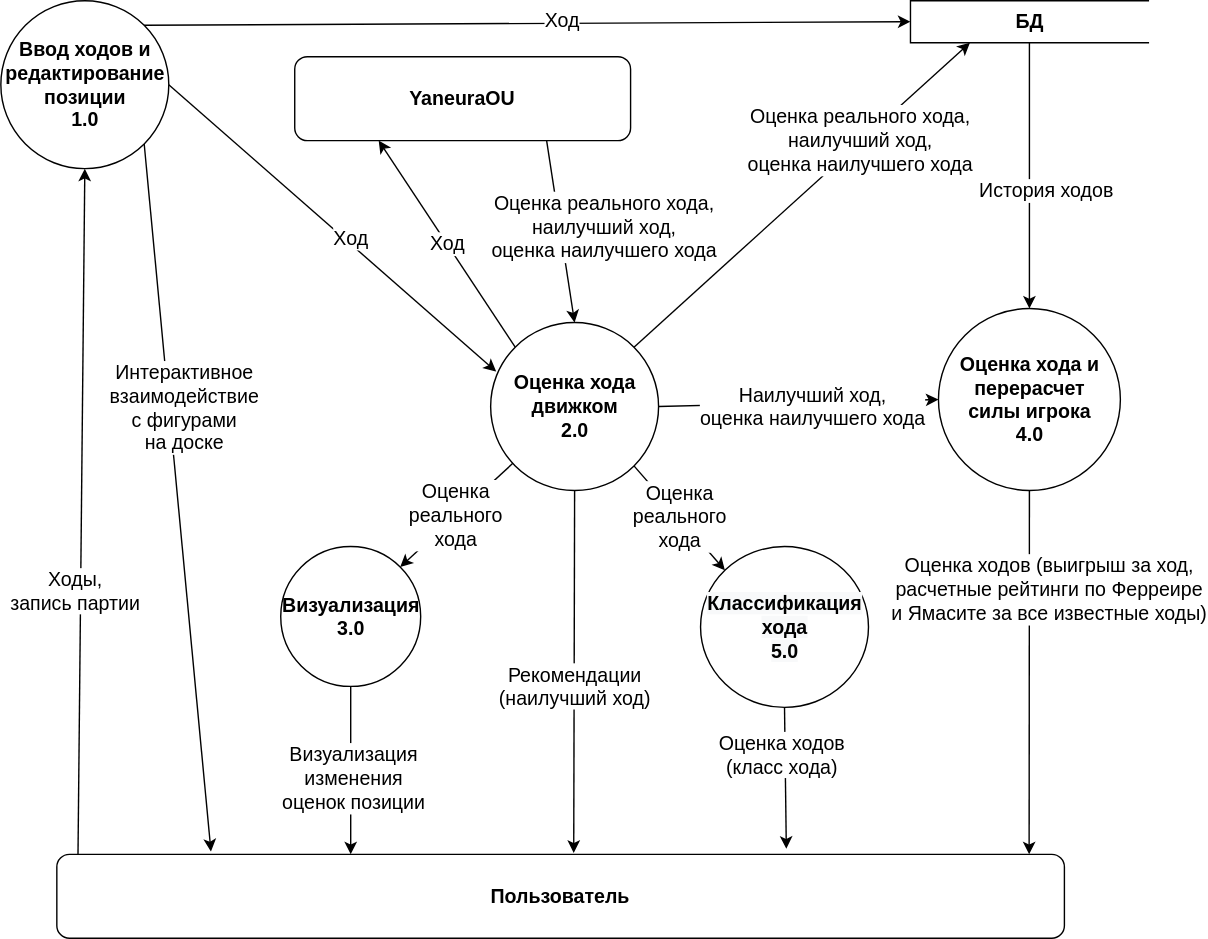
The draw.io diagram img/DFD_shogi.svg in Ol333/hate-arising-labs, before a commit. Source tidied: cells renumbered, new cells last; positions are measured from the earlier drawing's top-left corner, leaving out a move shared by most shapes.
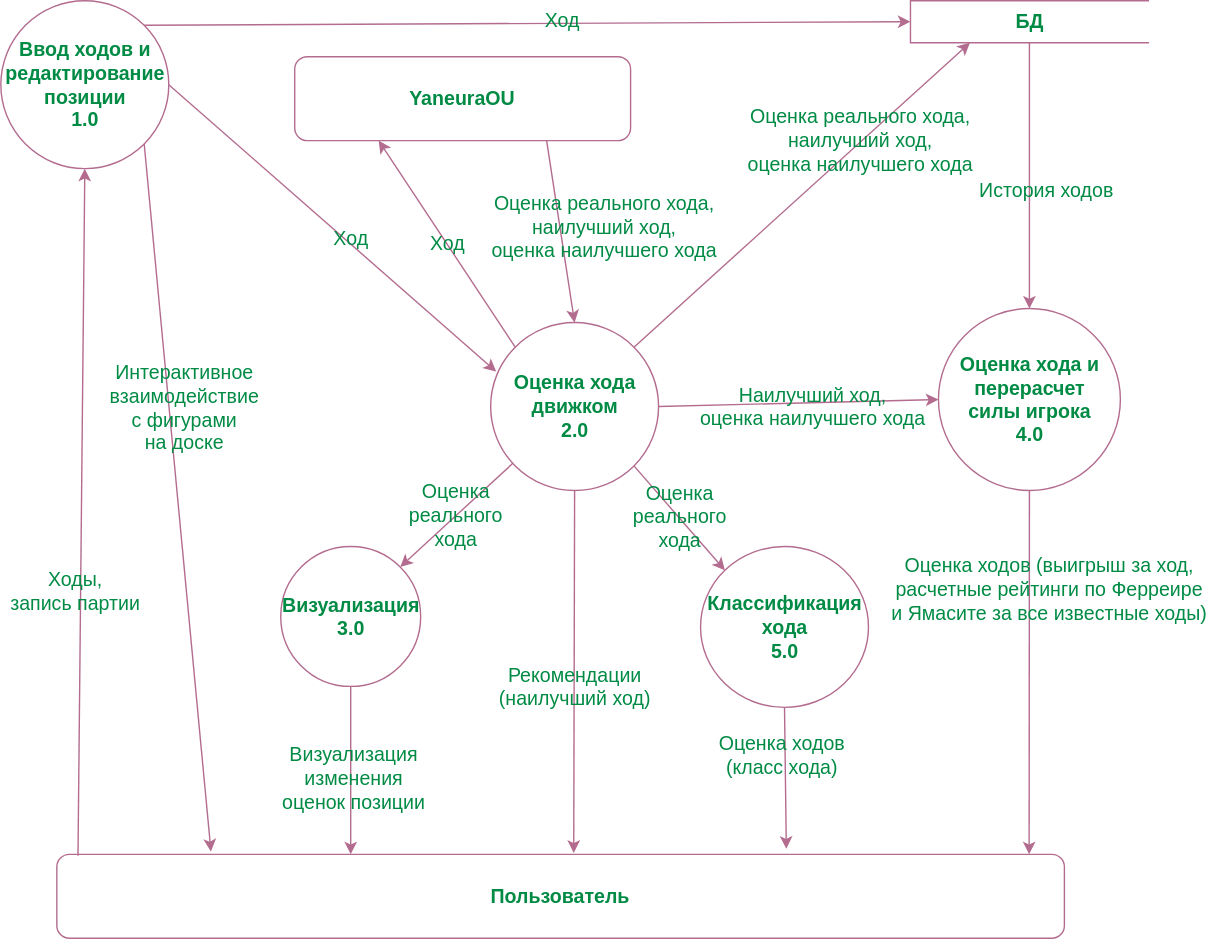
After the change.

The edit, as a diff of the source:
```diff
@@ -4,12 +4,12 @@
     <mxCell id="1" parent="0" />
-    <mxCell id="2" style="rounded=0;jettySize=auto;html=1;exitX=0.021;exitY=0.017;exitDx=0;exitDy=0;entryX=0.5;entryY=1;entryDx=0;entryDy=0;fontSize=14;exitPerimeter=0;" parent="1" edge="1" source="4" target="15">
+    <mxCell id="2" style="rounded=0;jettySize=auto;html=1;exitX=0.021;exitY=0.017;exitDx=0;exitDy=0;entryX=0.5;entryY=1;entryDx=0;entryDy=0;fontSize=14;exitPerimeter=0;labelBackgroundColor=none;fontColor=#008B45;strokeColor=#B36C8F;" parent="1" edge="1" source="4" target="15">
       <mxGeometry relative="1" as="geometry" />
     </mxCell>
-    <mxCell id="3" value="Ходы, &lt;br style=&quot;font-size: 14px;&quot;&gt;запись партии" style="edgeLabel;html=1;align=center;verticalAlign=middle;fontSize=14;" parent="2" vertex="1">
+    <mxCell id="3" value="Ходы, &lt;br style=&quot;font-size: 14px;&quot;&gt;запись партии" style="edgeLabel;html=1;align=center;verticalAlign=middle;fontSize=14;labelBackgroundColor=none;fontColor=#008B45;" parent="2" vertex="1">
       <mxGeometry x="-0.23" y="4" relative="1" as="geometry" />
     </mxCell>
-    <mxCell id="4" value="Пользователь" style="rounded=1;whiteSpace=wrap;html=1;fontSize=14;fontStyle=1;" parent="1" vertex="1">
+    <mxCell id="4" value="Пользователь" style="rounded=1;whiteSpace=wrap;html=1;fontSize=14;fontStyle=1;labelBackgroundColor=none;fontColor=#008B45;fillColor=none;strokeColor=#B36C8F;" parent="1" vertex="1">
       <mxGeometry x="40" y="610" width="720" height="60" as="geometry" />
     </mxCell>
-    <mxCell id="5" value="Оценка реального хода,&lt;br style=&quot;font-size: 14px;&quot;&gt;наилучший ход,&lt;br style=&quot;font-size: 14px;&quot;&gt;оценка наилучшего хода" style="rounded=0;jettySize=auto;html=1;exitX=0.75;exitY=1;exitDx=0;exitDy=0;entryX=0.5;entryY=0;entryDx=0;entryDy=0;fontSize=14;" parent="1" edge="1" source="6" target="21">
+    <mxCell id="5" value="Оценка реального хода,&lt;br style=&quot;font-size: 14px;&quot;&gt;наилучший ход,&lt;br style=&quot;font-size: 14px;&quot;&gt;оценка наилучшего хода" style="rounded=0;jettySize=auto;html=1;exitX=0.75;exitY=1;exitDx=0;exitDy=0;entryX=0.5;entryY=0;entryDx=0;entryDy=0;fontSize=14;labelBackgroundColor=none;fontColor=#008B45;strokeColor=#B36C8F;" parent="1" edge="1" source="6" target="21">
       <mxGeometry x="0.03" y="32" relative="1" as="geometry">
@@ -18,27 +18,27 @@
     </mxCell>
-    <mxCell id="6" value="YaneuraOU" style="rounded=1;whiteSpace=wrap;html=1;fontSize=14;fontStyle=1;" parent="1" vertex="1">
+    <mxCell id="6" value="YaneuraOU" style="rounded=1;whiteSpace=wrap;html=1;fontSize=14;fontStyle=1;labelBackgroundColor=none;fontColor=#008B45;fillColor=none;strokeColor=#B36C8F;" parent="1" vertex="1">
       <mxGeometry x="210" y="40" width="240" height="60" as="geometry" />
     </mxCell>
-    <mxCell id="7" style="rounded=0;jettySize=auto;html=1;exitX=1;exitY=0.5;exitDx=0;exitDy=0;entryX=0.033;entryY=0.292;entryDx=0;entryDy=0;fontSize=14;entryPerimeter=0;" parent="1" edge="1" source="15" target="21">
+    <mxCell id="7" style="rounded=0;jettySize=auto;html=1;exitX=1;exitY=0.5;exitDx=0;exitDy=0;entryX=0.033;entryY=0.292;entryDx=0;entryDy=0;fontSize=14;entryPerimeter=0;labelBackgroundColor=none;fontColor=#008B45;strokeColor=#B36C8F;" parent="1" edge="1" source="15" target="21">
       <mxGeometry relative="1" as="geometry" />
     </mxCell>
-    <mxCell id="8" value="Ход" style="edgeLabel;html=1;align=center;verticalAlign=middle;fontSize=14;" parent="7" vertex="1">
+    <mxCell id="8" value="Ход" style="edgeLabel;html=1;align=center;verticalAlign=middle;fontSize=14;labelBackgroundColor=none;fontColor=#008B45;" parent="7" vertex="1">
       <mxGeometry x="0.1" y="3" relative="1" as="geometry" />
     </mxCell>
-    <mxCell id="9" value="Ход" style="rounded=0;jettySize=auto;html=1;exitX=0;exitY=0;exitDx=0;exitDy=0;entryX=0.25;entryY=1;entryDx=0;entryDy=0;fontSize=14;" parent="1" edge="1" source="21" target="6">
+    <mxCell id="9" value="Ход" style="rounded=0;jettySize=auto;html=1;exitX=0;exitY=0;exitDx=0;exitDy=0;entryX=0.25;entryY=1;entryDx=0;entryDy=0;fontSize=14;labelBackgroundColor=none;fontColor=#008B45;strokeColor=#B36C8F;" parent="1" edge="1" source="21" target="6">
       <mxGeometry relative="1" as="geometry" />
     </mxCell>
-    <mxCell id="10" value="&lt;span style=&quot;color: rgb(0, 0, 0); font-family: helvetica; font-size: 14px; font-style: normal; font-weight: 400; letter-spacing: normal; text-align: center; text-indent: 0px; text-transform: none; word-spacing: 0px; background-color: rgb(255, 255, 255); display: inline; float: none;&quot;&gt;Оценка &lt;br style=&quot;font-size: 14px;&quot;&gt;реального &lt;br style=&quot;font-size: 14px;&quot;&gt;хода&lt;/span&gt;" style="rounded=0;jettySize=auto;html=1;exitX=1;exitY=1;exitDx=0;exitDy=0;fontSize=14;entryX=0;entryY=0;entryDx=0;entryDy=0;" parent="1" edge="1" source="21" target="27">
+    <mxCell id="10" value="&lt;span style=&quot;font-family: helvetica; font-size: 14px; font-style: normal; font-weight: 400; letter-spacing: normal; text-align: center; text-indent: 0px; text-transform: none; word-spacing: 0px; display: inline; float: none;&quot;&gt;Оценка &lt;br style=&quot;font-size: 14px;&quot;&gt;реального &lt;br style=&quot;font-size: 14px;&quot;&gt;хода&lt;/span&gt;" style="rounded=0;jettySize=auto;html=1;exitX=1;exitY=1;exitDx=0;exitDy=0;fontSize=14;entryX=0;entryY=0;entryDx=0;entryDy=0;labelBackgroundColor=none;fontColor=#008B45;strokeColor=#B36C8F;" parent="1" edge="1" source="21" target="27">
       <mxGeometry relative="1" as="geometry" />
     </mxCell>
-    <mxCell id="11" value="Наилучший ход,&lt;br style=&quot;font-size: 14px;&quot;&gt;оценка наилучшего хода" style="rounded=0;jettySize=auto;html=1;exitX=1;exitY=0.5;exitDx=0;exitDy=0;entryX=0;entryY=0.5;entryDx=0;entryDy=0;fontSize=14;" parent="1" edge="1" source="21" target="26">
+    <mxCell id="11" value="Наилучший ход,&lt;br style=&quot;font-size: 14px;&quot;&gt;оценка наилучшего хода" style="rounded=0;jettySize=auto;html=1;exitX=1;exitY=0.5;exitDx=0;exitDy=0;entryX=0;entryY=0.5;entryDx=0;entryDy=0;fontSize=14;labelBackgroundColor=none;fontColor=#008B45;strokeColor=#B36C8F;" parent="1" edge="1" source="21" target="26">
       <mxGeometry x="0.1" y="-3" relative="1" as="geometry" />
     </mxCell>
-    <mxCell id="12" value="Ход" style="rounded=0;jettySize=auto;html=1;exitX=1;exitY=0;exitDx=0;exitDy=0;entryX=0;entryY=0.5;entryDx=0;entryDy=0;fontSize=14;" parent="1" edge="1" source="15" target="17">
+    <mxCell id="12" value="Ход" style="rounded=0;jettySize=auto;html=1;exitX=1;exitY=0;exitDx=0;exitDy=0;entryX=0;entryY=0.5;entryDx=0;entryDy=0;fontSize=14;labelBackgroundColor=none;fontColor=#008B45;strokeColor=#B36C8F;" parent="1" edge="1" source="15" target="17">
       <mxGeometry x="0.09" y="2" relative="1" as="geometry" />
     </mxCell>
-    <mxCell id="13" style="edgeStyle=none;rounded=0;jettySize=auto;html=1;exitX=1;exitY=1;exitDx=0;exitDy=0;entryX=0.153;entryY=-0.033;entryDx=0;entryDy=0;entryPerimeter=0;" parent="1" edge="1" source="15" target="4">
+    <mxCell id="13" style="edgeStyle=none;rounded=0;jettySize=auto;html=1;exitX=1;exitY=1;exitDx=0;exitDy=0;entryX=0.153;entryY=-0.033;entryDx=0;entryDy=0;entryPerimeter=0;labelBackgroundColor=none;fontColor=#008B45;strokeColor=#B36C8F;" parent="1" edge="1" source="15" target="4">
       <mxGeometry relative="1" as="geometry" />
     </mxCell>
-    <mxCell id="14" value="&lt;span style=&quot;font-size: 14px;&quot;&gt;Интерактивное&lt;/span&gt;&lt;br style=&quot;font-size: 14px;&quot;&gt;&lt;span style=&quot;font-size: 14px;&quot;&gt;взаимодействие&lt;/span&gt;&lt;br style=&quot;font-size: 14px;&quot;&gt;&lt;span style=&quot;font-size: 14px;&quot;&gt;с фигурами &lt;br&gt;на доске&lt;/span&gt;" style="edgeLabel;html=1;align=center;verticalAlign=middle;" parent="13" vertex="1">
+    <mxCell id="14" value="&lt;span style=&quot;font-size: 14px;&quot;&gt;Интерактивное&lt;/span&gt;&lt;br style=&quot;font-size: 14px;&quot;&gt;&lt;span style=&quot;font-size: 14px;&quot;&gt;взаимодействие&lt;/span&gt;&lt;br style=&quot;font-size: 14px;&quot;&gt;&lt;span style=&quot;font-size: 14px;&quot;&gt;с фигурами &lt;br&gt;на доске&lt;/span&gt;" style="edgeLabel;html=1;align=center;verticalAlign=middle;labelBackgroundColor=none;fontColor=#008B45;" parent="13" vertex="1">
       <mxGeometry x="-0.46" y="-2" relative="1" as="geometry">
@@ -47,6 +47,6 @@
     </mxCell>
-    <mxCell id="15" value="Ввод ходов и &lt;br&gt;редактирование &lt;br&gt;позиции&lt;br&gt;1.0" style="shape=ellipse;html=1;dashed=0;whitespace=wrap;perimeter=ellipsePerimeter;rounded=1;fontSize=14;fontStyle=1;" parent="1" vertex="1">
+    <mxCell id="15" value="Ввод ходов и &lt;br&gt;редактирование &lt;br&gt;позиции&lt;br&gt;1.0" style="shape=ellipse;html=1;dashed=0;whitespace=wrap;perimeter=ellipsePerimeter;rounded=1;fontSize=14;fontStyle=1;labelBackgroundColor=none;fontColor=#008B45;fillColor=none;strokeColor=#B36C8F;" parent="1" vertex="1">
       <mxGeometry width="120" height="120" as="geometry" />
     </mxCell>
-    <mxCell id="16" value="История ходов" style="rounded=0;jettySize=auto;html=1;exitX=0.5;exitY=1;exitDx=0;exitDy=0;entryX=0.5;entryY=0;entryDx=0;entryDy=0;startArrow=none;fontSize=14;" parent="1" edge="1" source="17" target="26">
+    <mxCell id="16" value="История ходов" style="rounded=0;jettySize=auto;html=1;exitX=0.5;exitY=1;exitDx=0;exitDy=0;entryX=0.5;entryY=0;entryDx=0;entryDy=0;startArrow=none;fontSize=14;labelBackgroundColor=none;fontColor=#008B45;strokeColor=#B36C8F;" parent="1" edge="1" source="17" target="26">
       <mxGeometry x="0.12" y="12" relative="1" as="geometry">
@@ -55,12 +55,12 @@
     </mxCell>
-    <mxCell id="17" value="БД" style="html=1;dashed=0;whitespace=wrap;shape=partialRectangle;right=0;rounded=1;fontSize=14;fontStyle=1;" parent="1" vertex="1">
+    <mxCell id="17" value="БД" style="html=1;dashed=0;whitespace=wrap;shape=partialRectangle;right=0;rounded=1;fontSize=14;fontStyle=1;labelBackgroundColor=none;fontColor=#008B45;fillColor=none;strokeColor=#B36C8F;" parent="1" vertex="1">
       <mxGeometry x="650" width="170" height="30" as="geometry" />
     </mxCell>
-    <mxCell id="18" value="Рекомендации &lt;br&gt;(наилучший ход)" style="rounded=0;jettySize=auto;html=1;exitX=0.5;exitY=1;exitDx=0;exitDy=0;startArrow=none;fontSize=14;entryX=0.513;entryY=-0.017;entryDx=0;entryDy=0;entryPerimeter=0;" parent="1" edge="1" source="21" target="4">
+    <mxCell id="18" value="Рекомендации &lt;br&gt;(наилучший ход)" style="rounded=0;jettySize=auto;html=1;exitX=0.5;exitY=1;exitDx=0;exitDy=0;startArrow=none;fontSize=14;entryX=0.513;entryY=-0.017;entryDx=0;entryDy=0;entryPerimeter=0;labelBackgroundColor=none;fontColor=#008B45;strokeColor=#B36C8F;" parent="1" edge="1" source="21" target="4">
       <mxGeometry x="0.08" relative="1" as="geometry" />
     </mxCell>
-    <mxCell id="19" style="rounded=0;jettySize=auto;html=1;exitX=1;exitY=0;exitDx=0;exitDy=0;entryX=0.25;entryY=1;entryDx=0;entryDy=0;fontSize=14;" parent="1" edge="1" source="21" target="17">
+    <mxCell id="19" style="rounded=0;jettySize=auto;html=1;exitX=1;exitY=0;exitDx=0;exitDy=0;entryX=0.25;entryY=1;entryDx=0;entryDy=0;fontSize=14;labelBackgroundColor=none;fontColor=#008B45;strokeColor=#B36C8F;" parent="1" edge="1" source="21" target="17">
       <mxGeometry relative="1" as="geometry" />
     </mxCell>
-    <mxCell id="20" value="Оценка реального хода,&lt;br style=&quot;font-size: 14px;&quot;&gt;наилучший ход,&lt;br style=&quot;font-size: 14px;&quot;&gt;оценка наилучшего хода" style="edgeLabel;html=1;align=center;verticalAlign=middle;fontSize=14;" parent="19" vertex="1">
+    <mxCell id="20" value="Оценка реального хода,&lt;br style=&quot;font-size: 14px;&quot;&gt;наилучший ход,&lt;br style=&quot;font-size: 14px;&quot;&gt;оценка наилучшего хода" style="edgeLabel;html=1;align=center;verticalAlign=middle;fontSize=14;labelBackgroundColor=none;fontColor=#008B45;" parent="19" vertex="1">
       <mxGeometry x="0.67" y="-22" relative="1" as="geometry">
@@ -69,9 +69,9 @@
     </mxCell>
-    <mxCell id="21" value="Оценка хода &lt;br&gt;движком&lt;br&gt;2.0" style="shape=ellipse;html=1;dashed=0;whitespace=wrap;perimeter=ellipsePerimeter;rounded=1;fontSize=14;fontStyle=1;" parent="1" vertex="1">
+    <mxCell id="21" value="Оценка хода &lt;br&gt;движком&lt;br&gt;2.0" style="shape=ellipse;html=1;dashed=0;whitespace=wrap;perimeter=ellipsePerimeter;rounded=1;fontSize=14;fontStyle=1;labelBackgroundColor=none;fontColor=#008B45;fillColor=none;strokeColor=#B36C8F;" parent="1" vertex="1">
       <mxGeometry x="350" y="230" width="120" height="120" as="geometry" />
     </mxCell>
-    <mxCell id="22" style="rounded=0;jettySize=auto;html=1;exitX=0.5;exitY=1;exitDx=0;exitDy=0;entryX=0.724;entryY=-0.067;entryDx=0;entryDy=0;fontSize=14;entryPerimeter=0;" parent="1" edge="1" source="27" target="4">
+    <mxCell id="22" style="rounded=0;jettySize=auto;html=1;exitX=0.5;exitY=1;exitDx=0;exitDy=0;entryX=0.724;entryY=-0.067;entryDx=0;entryDy=0;fontSize=14;entryPerimeter=0;labelBackgroundColor=none;fontColor=#008B45;strokeColor=#B36C8F;" parent="1" edge="1" source="27" target="4">
       <mxGeometry relative="1" as="geometry" />
     </mxCell>
-    <mxCell id="23" value="Оценка ходов &lt;br&gt;(класс хода)" style="edgeLabel;html=1;align=center;verticalAlign=middle;fontSize=14;" parent="22" vertex="1">
+    <mxCell id="23" value="Оценка ходов &lt;br&gt;(класс хода)" style="edgeLabel;html=1;align=center;verticalAlign=middle;fontSize=14;labelBackgroundColor=none;fontColor=#008B45;" parent="22" vertex="1">
       <mxGeometry x="-0.13" y="20" relative="1" as="geometry">
@@ -80,6 +80,6 @@
     </mxCell>
-    <mxCell id="24" style="rounded=0;jettySize=auto;html=1;exitX=0.5;exitY=1;exitDx=0;exitDy=0;fontSize=14;entryX=0.965;entryY=0;entryDx=0;entryDy=0;entryPerimeter=0;" parent="1" edge="1" source="26" target="4">
+    <mxCell id="24" style="rounded=0;jettySize=auto;html=1;exitX=0.5;exitY=1;exitDx=0;exitDy=0;fontSize=14;entryX=0.965;entryY=0;entryDx=0;entryDy=0;entryPerimeter=0;labelBackgroundColor=none;fontColor=#008B45;strokeColor=#B36C8F;" parent="1" edge="1" source="26" target="4">
       <mxGeometry relative="1" as="geometry" />
     </mxCell>
-    <mxCell id="25" value="&lt;span style=&quot;font-size: 14px;&quot;&gt;Оценка ходов (выигрыш за ход, &lt;br&gt;расчетные рейтинги по Ферреире &lt;br&gt;и Ямасите за все известные ходы)&lt;/span&gt;" style="edgeLabel;html=1;align=center;verticalAlign=middle;fontSize=14;" parent="24" vertex="1">
+    <mxCell id="25" value="&lt;span style=&quot;font-size: 14px;&quot;&gt;Оценка ходов (выигрыш за ход, &lt;br&gt;расчетные рейтинги по Ферреире &lt;br&gt;и Ямасите за все известные ходы)&lt;/span&gt;" style="edgeLabel;html=1;align=center;verticalAlign=middle;fontSize=14;labelBackgroundColor=none;fontColor=#008B45;" parent="24" vertex="1">
       <mxGeometry x="-0.46" y="-3" relative="1" as="geometry">
@@ -88,9 +88,9 @@
     </mxCell>
-    <mxCell id="26" value="Оценка хода и &lt;br&gt;перерасчет &lt;br&gt;силы игрока&lt;br&gt;4.0" style="shape=ellipse;html=1;dashed=0;whitespace=wrap;perimeter=ellipsePerimeter;rounded=1;fontSize=14;fontStyle=1;" parent="1" vertex="1">
+    <mxCell id="26" value="Оценка хода и &lt;br&gt;перерасчет &lt;br&gt;силы игрока&lt;br&gt;4.0" style="shape=ellipse;html=1;dashed=0;whitespace=wrap;perimeter=ellipsePerimeter;rounded=1;fontSize=14;fontStyle=1;labelBackgroundColor=none;fontColor=#008B45;fillColor=none;strokeColor=#B36C8F;" parent="1" vertex="1">
       <mxGeometry x="670" y="220" width="130" height="130" as="geometry" />
     </mxCell>
-    <mxCell id="27" value="&lt;span style=&quot;color: rgb(0, 0, 0); font-family: helvetica; font-size: 14px; font-style: normal; letter-spacing: normal; text-align: center; text-indent: 0px; text-transform: none; word-spacing: 0px; background-color: rgb(248, 249, 250); display: inline; float: none;&quot;&gt;Классификация &lt;br style=&quot;font-size: 14px;&quot;&gt;хода&lt;br&gt;5.0&lt;br&gt;&lt;/span&gt;" style="shape=ellipse;html=1;dashed=0;whitespace=wrap;perimeter=ellipsePerimeter;rounded=1;fontSize=14;fontStyle=1;" parent="1" vertex="1">
+    <mxCell id="27" value="&lt;span style=&quot;font-family: helvetica; font-size: 14px; font-style: normal; letter-spacing: normal; text-align: center; text-indent: 0px; text-transform: none; word-spacing: 0px; display: inline; float: none;&quot;&gt;Классификация &lt;br style=&quot;font-size: 14px;&quot;&gt;хода&lt;br&gt;5.0&lt;br&gt;&lt;/span&gt;" style="shape=ellipse;html=1;dashed=0;whitespace=wrap;perimeter=ellipsePerimeter;rounded=1;fontSize=14;fontStyle=1;labelBackgroundColor=none;fontColor=#008B45;fillColor=none;strokeColor=#B36C8F;" parent="1" vertex="1">
       <mxGeometry x="500" y="390" width="120" height="115" as="geometry" />
     </mxCell>
-    <mxCell id="28" style="rounded=0;jettySize=auto;html=1;exitX=0.5;exitY=1;exitDx=0;exitDy=0;" parent="1" edge="1" source="30">
+    <mxCell id="28" style="rounded=0;jettySize=auto;html=1;exitX=0.5;exitY=1;exitDx=0;exitDy=0;labelBackgroundColor=none;fontColor=#008B45;strokeColor=#B36C8F;" parent="1" edge="1" source="30">
       <mxGeometry relative="1" as="geometry">
@@ -99,3 +99,3 @@
     </mxCell>
-    <mxCell id="29" value="&lt;span style=&quot;font-size: 14px;&quot;&gt;Визуализация&lt;/span&gt;&lt;br style=&quot;font-size: 14px;&quot;&gt;&lt;span style=&quot;font-size: 14px;&quot;&gt;изменения&lt;/span&gt;&lt;br style=&quot;font-size: 14px;&quot;&gt;&lt;span style=&quot;font-size: 14px;&quot;&gt;оценок позиции&lt;/span&gt;" style="edgeLabel;html=1;align=center;verticalAlign=middle;" parent="28" vertex="1">
+    <mxCell id="29" value="&lt;span style=&quot;font-size: 14px;&quot;&gt;Визуализация&lt;/span&gt;&lt;br style=&quot;font-size: 14px;&quot;&gt;&lt;span style=&quot;font-size: 14px;&quot;&gt;изменения&lt;/span&gt;&lt;br style=&quot;font-size: 14px;&quot;&gt;&lt;span style=&quot;font-size: 14px;&quot;&gt;оценок позиции&lt;/span&gt;" style="edgeLabel;html=1;align=center;verticalAlign=middle;labelBackgroundColor=none;fontColor=#008B45;" parent="28" vertex="1">
       <mxGeometry x="-0.5" y="1" relative="1" as="geometry">
@@ -104,6 +104,6 @@
     </mxCell>
-    <mxCell id="30" value="Визуализация&lt;br&gt;3.0" style="shape=ellipse;html=1;dashed=0;whitespace=wrap;perimeter=ellipsePerimeter;rounded=1;fontSize=14;fontStyle=1;" parent="1" vertex="1">
+    <mxCell id="30" value="Визуализация&lt;br&gt;3.0" style="shape=ellipse;html=1;dashed=0;whitespace=wrap;perimeter=ellipsePerimeter;rounded=1;fontSize=14;fontStyle=1;labelBackgroundColor=none;fontColor=#008B45;fillColor=none;strokeColor=#B36C8F;" parent="1" vertex="1">
       <mxGeometry x="200" y="390" width="100" height="100" as="geometry" />
     </mxCell>
-    <mxCell id="31" value="&lt;span style=&quot;color: rgb(0, 0, 0); font-family: helvetica; font-size: 14px; font-style: normal; font-weight: 400; letter-spacing: normal; text-align: center; text-indent: 0px; text-transform: none; word-spacing: 0px; background-color: rgb(255, 255, 255); display: inline; float: none;&quot;&gt;Оценка &lt;br style=&quot;font-size: 14px;&quot;&gt;реального &lt;br style=&quot;font-size: 14px;&quot;&gt;хода&lt;/span&gt;" style="rounded=0;jettySize=auto;html=1;fontSize=14;entryX=1;entryY=0;entryDx=0;entryDy=0;" parent="1" edge="1" source="21" target="30">
+    <mxCell id="31" value="&lt;span style=&quot;font-family: helvetica; font-size: 14px; font-style: normal; font-weight: 400; letter-spacing: normal; text-align: center; text-indent: 0px; text-transform: none; word-spacing: 0px; display: inline; float: none;&quot;&gt;Оценка &lt;br style=&quot;font-size: 14px;&quot;&gt;реального &lt;br style=&quot;font-size: 14px;&quot;&gt;хода&lt;/span&gt;" style="rounded=0;jettySize=auto;html=1;fontSize=14;entryX=1;entryY=0;entryDx=0;entryDy=0;labelBackgroundColor=none;fontColor=#008B45;strokeColor=#B36C8F;" parent="1" edge="1" source="21" target="30">
       <mxGeometry relative="1" as="geometry" />
```
